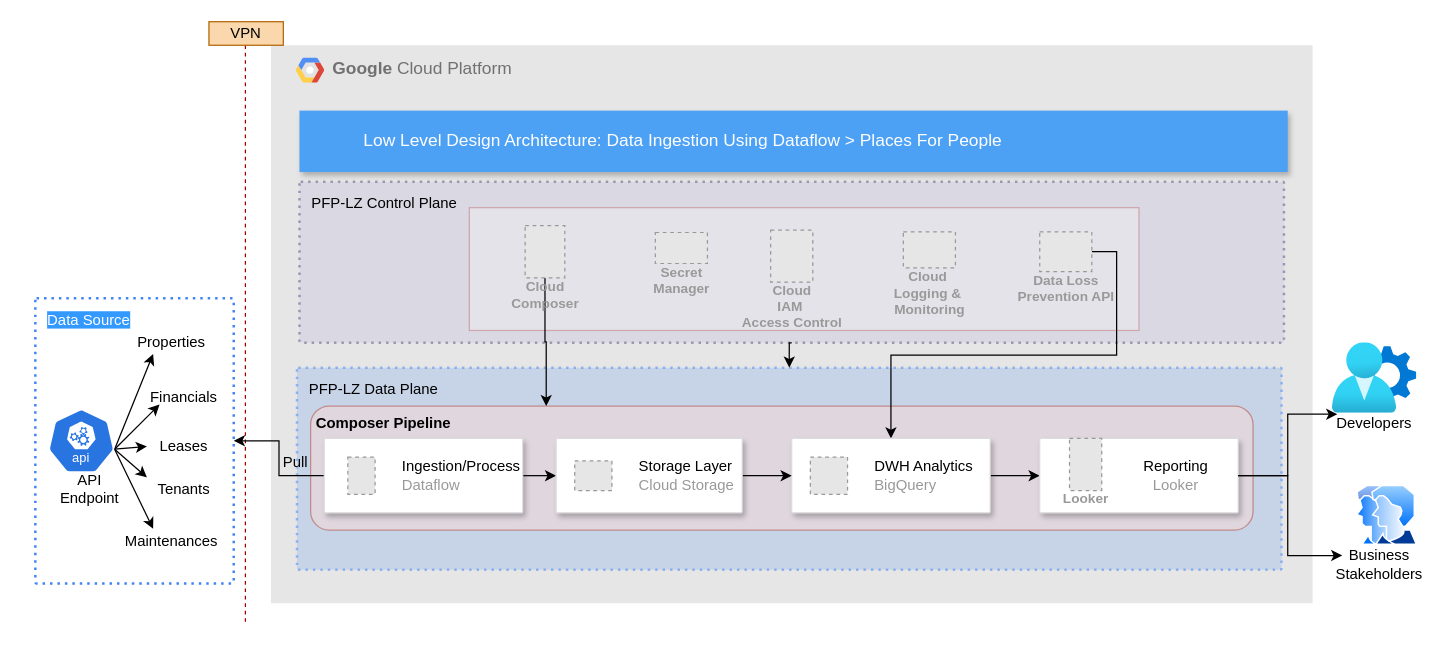
Before: PFP-Sample/PFP-LLD-Approach2.drawio in harshaldharme/ProjectSpaces, a draw.io diagram. Source tidied: cells renumbered, new cells numbered last; positions are measured from the earlier drawing's top-left corner, leaving out a move shared by most shapes. Both pictures are drawn from the tidied source at 124%, with x=0, y=0 at pixel (35, 21). Pictures stored in the file or linked from it are replaced by grey dashed boxes.
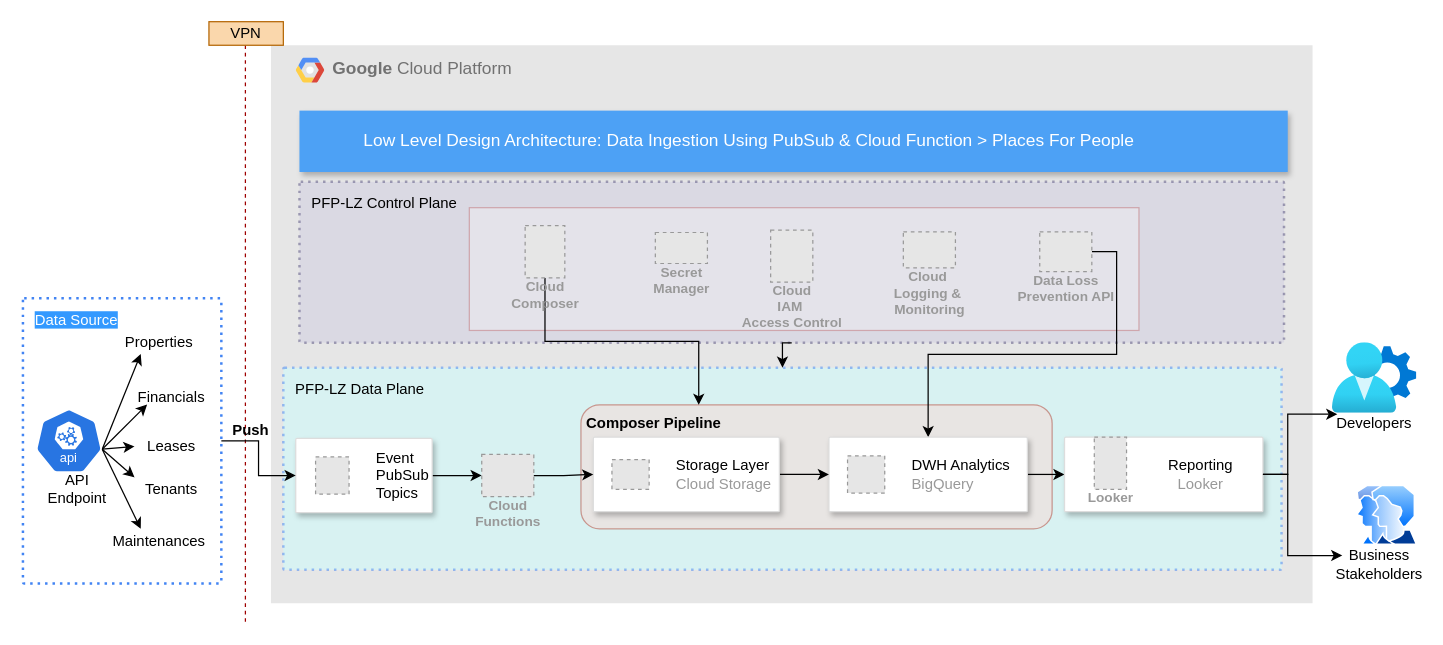
The same diagram, later.

The change refers to these unchanged cells:
```xml
<mxCell id="4" style="group;" parent="1" vertex="1">
  <mxGeometry x="140" width="842" height="484" as="geometry" />
</mxCell>
<mxCell id="43" value="&lt;font style=&quot;background-color: rgb(51, 153, 255);&quot; color=&quot;#ffffff&quot;&gt;Data Source&lt;/font&gt;" style="rounded=1;absoluteArcSize=1;arcSize=2;html=1;strokeColor=#4284F3;gradientColor=none;shadow=0;dashed=1;fontSize=12;fontColor=#9E9E9E;align=left;verticalAlign=top;spacing=10;spacingTop=-4;fillColor=none;dashPattern=1 2;strokeWidth=2;" parent="42" vertex="1">
  <mxGeometry width="160" height="230" as="geometry" />
</mxCell>
```

Change to the diagram source:
```diff
@@
-    <mxCell id="3" value="&lt;font color=&quot;#000000&quot;&gt;PFP-LZ Data Plane&lt;/font&gt;" style="rounded=1;absoluteArcSize=1;arcSize=2;html=1;strokeColor=#4284F3;gradientColor=none;shadow=0;dashed=1;fontSize=12;fontColor=#9E9E9E;align=left;verticalAlign=top;spacing=10;spacingTop=-4;fillColor=#A9C4EB;dashPattern=1 2;strokeWidth=2;opacity=50;" parent="1" vertex="1">
-      <mxGeometry x="211" y="279" width="794" height="163" as="geometry" />
+    <mxCell id="3" value="&lt;font color=&quot;#000000&quot;&gt;PFP-LZ Data Plane&lt;/font&gt;" style="rounded=1;absoluteArcSize=1;arcSize=2;html=1;strokeColor=#4284F3;gradientColor=none;shadow=0;dashed=1;fontSize=12;fontColor=#9E9E9E;align=left;verticalAlign=top;spacing=10;spacingTop=-4;fillColor=#CCFFFF;dashPattern=1 2;strokeWidth=2;opacity=50;" parent="1" vertex="1">
+      <mxGeometry x="200" y="279" width="805" height="163" as="geometry" />
     </mxCell>
@@
     <mxCell id="5" style="rounded=1;whiteSpace=wrap;html=1;opacity=50;fillColor=#fad9d5;strokeColor=#ae4132;" parent="4" vertex="1">
-      <mxGeometry x="82" y="310" width="760" height="100" as="geometry" />
+      <mxGeometry x="300" y="309" width="380" height="100" as="geometry" />
     </mxCell>
@@
-    <mxCell id="8" value="Pull" style="text;html=1;align=center;verticalAlign=middle;whiteSpace=wrap;rounded=0;" parent="4" vertex="1">
-      <mxGeometry x="40" y="341" width="60" height="30" as="geometry" />
+    <mxCell id="8" value="Push" style="text;html=1;align=center;verticalAlign=middle;whiteSpace=wrap;rounded=0;fontStyle=1;" parent="4" vertex="1">
+      <mxGeometry x="4" y="315" width="60" height="30" as="geometry" />
     </mxCell>
     <mxCell id="9" value="&lt;b&gt;Composer Pipeline&lt;/b&gt;" style="text;html=1;align=center;verticalAlign=middle;whiteSpace=wrap;rounded=0;" parent="4" vertex="1">
-      <mxGeometry x="82" y="309" width="118" height="30" as="geometry" />
+      <mxGeometry x="300" y="309" width="118" height="30" as="geometry" />
     </mxCell>
+    <mxCell id="56" style="edgeStyle=orthogonalEdgeStyle;rounded=0;jettySize=auto;html=1;exitX=1;exitY=0.5;exitDx=0;exitDy=0;entryX=0;entryY=0.5;entryDx=0;entryDy=0;" parent="4" edge="1" source="57" target="59">
+      <mxGeometry relative="1" as="geometry" />
+    </mxCell>
+    <mxCell id="57" style="strokeColor=#dddddd;shadow=1;strokeWidth=1;rounded=1;absoluteArcSize=1;arcSize=2;" parent="4" vertex="1">
+      <mxGeometry x="70" y="336" width="110" height="60" as="geometry" />
+    </mxCell>
+    <mxCell id="58" value="&lt;font color=&quot;#000000&quot;&gt;Event &lt;br&gt;PubSub &lt;br&gt;Topics&lt;/font&gt;" style="fillColor=#E6E6E6;strokeColor=#999999;dashed=1;html=1;fontColor=#999999;verticalLabelPosition=middle;verticalAlign=middle;labelPosition=right;align=left;spacingLeft=20;" parent="57" vertex="1">
+      <mxGeometry width="27" height="30" relative="1" as="geometry">
+        <mxPoint x="16" y="15" as="offset" />
+      </mxGeometry>
+    </mxCell>
+    <mxCell id="59" value="Cloud&#10;Functions" style="fillColor=#E6E6E6;strokeColor=#999999;dashed=1;html=1;verticalAlign=top;labelPosition=center;verticalLabelPosition=bottom;align=center;spacingTop=-6;fontSize=11;fontStyle=1;fontColor=#999999;" parent="4" vertex="1">
+      <mxGeometry x="220" y="349" width="42" height="34" as="geometry" />
+    </mxCell>
@@
-    <mxCell id="12" style="edgeStyle=orthogonalEdgeStyle;rounded=0;jettySize=auto;html=1;exitX=1;exitY=0.5;exitDx=0;exitDy=0;entryX=0;entryY=0.5;entryDx=0;entryDy=0;startArrow=classic;startFill=1;endArrow=none;endFill=0;" parent="1" edge="1" source="43" target="20">
-      <mxGeometry relative="1" as="geometry" />
-    </mxCell>
@@
-    <mxCell id="15" value="Low Level Design Architecture: Data Ingestion Using Dataflow &amp;gt; Places For People" style="fillColor=#4DA1F5;strokeColor=none;shadow=1;gradientColor=none;fontSize=14;align=left;spacingLeft=50;fontColor=#ffffff;html=1;" parent="1" vertex="1">
+    <mxCell id="15" value="Low Level Design Architecture: Data Ingestion Using PubSub &amp;amp; Cloud Function &amp;gt; Places For People" style="fillColor=#4DA1F5;strokeColor=none;shadow=1;gradientColor=none;fontSize=14;align=left;spacingLeft=50;fontColor=#ffffff;html=1;" parent="1" vertex="1">
       <mxGeometry x="213" y="71.7" width="797" height="49.5" as="geometry" />
     </mxCell>
@@
-    <mxCell id="19" style="edgeStyle=orthogonalEdgeStyle;rounded=0;jettySize=auto;html=1;exitX=1;exitY=0.5;exitDx=0;exitDy=0;entryX=0;entryY=0.5;entryDx=0;entryDy=0;" parent="1" edge="1" source="20" target="26">
-      <mxGeometry relative="1" as="geometry" />
-    </mxCell>
-    <mxCell id="20" style="strokeColor=#dddddd;shadow=1;strokeWidth=1;rounded=1;absoluteArcSize=1;arcSize=2;" parent="1" vertex="1">
-      <mxGeometry x="233" y="336.1" width="160" height="60" as="geometry" />
-    </mxCell>
-    <mxCell id="21" value="&lt;font color=&quot;#000000&quot;&gt;Ingestion/Process&lt;/font&gt;&lt;br&gt;Dataflow" style="fillColor=#E6E6E6;strokeColor=#999999;dashed=1;html=1;fontColor=#999999;verticalLabelPosition=middle;verticalAlign=middle;labelPosition=right;align=left;spacingLeft=20;" parent="20" vertex="1">
-      <mxGeometry width="22" height="30" relative="1" as="geometry">
-        <mxPoint x="19" y="15" as="offset" />
-      </mxGeometry>
-    </mxCell>
@@
     <mxCell id="23" style="strokeColor=#dddddd;shadow=1;strokeWidth=1;rounded=1;absoluteArcSize=1;arcSize=2;" parent="1" vertex="1">
-      <mxGeometry x="610" y="336.1" width="160" height="60" as="geometry" />
+      <mxGeometry x="640" y="335.1" width="160" height="60" as="geometry" />
     </mxCell>
@@
     <mxCell id="26" style="strokeColor=#dddddd;shadow=1;strokeWidth=1;rounded=1;absoluteArcSize=1;arcSize=2;" parent="1" vertex="1">
-      <mxGeometry x="420" y="336.1" width="150" height="60" as="geometry" />
+      <mxGeometry x="450" y="335.1" width="150" height="60" as="geometry" />
     </mxCell>
@@
     <mxCell id="34" style="group;" parent="1" vertex="1">
-      <mxGeometry x="810" y="336.1" width="160" height="60" as="geometry" />
+      <mxGeometry x="830" y="335.1" width="160" height="60" as="geometry" />
     </mxCell>
@@
     <mxCell id="42" style="group;" parent="1" vertex="1">
-      <mxGeometry y="223" width="160" height="230" as="geometry" />
+      <mxGeometry x="-10" y="223" width="160" height="230" as="geometry" />
     </mxCell>
@@
+    <mxCell id="60" style="edgeStyle=orthogonalEdgeStyle;rounded=0;jettySize=auto;html=1;exitX=1;exitY=0.5;exitDx=0;exitDy=0;entryX=0;entryY=0.5;entryDx=0;entryDy=0;" parent="1" edge="1" source="59" target="26">
+      <mxGeometry relative="1" as="geometry" />
+    </mxCell>
+    <mxCell id="61" style="edgeStyle=orthogonalEdgeStyle;rounded=0;jettySize=auto;html=1;exitX=1;exitY=0.5;exitDx=0;exitDy=0;entryX=0;entryY=0.5;entryDx=0;entryDy=0;" parent="1" edge="1" source="43" target="57">
+      <mxGeometry relative="1" as="geometry" />
+    </mxCell>
```
